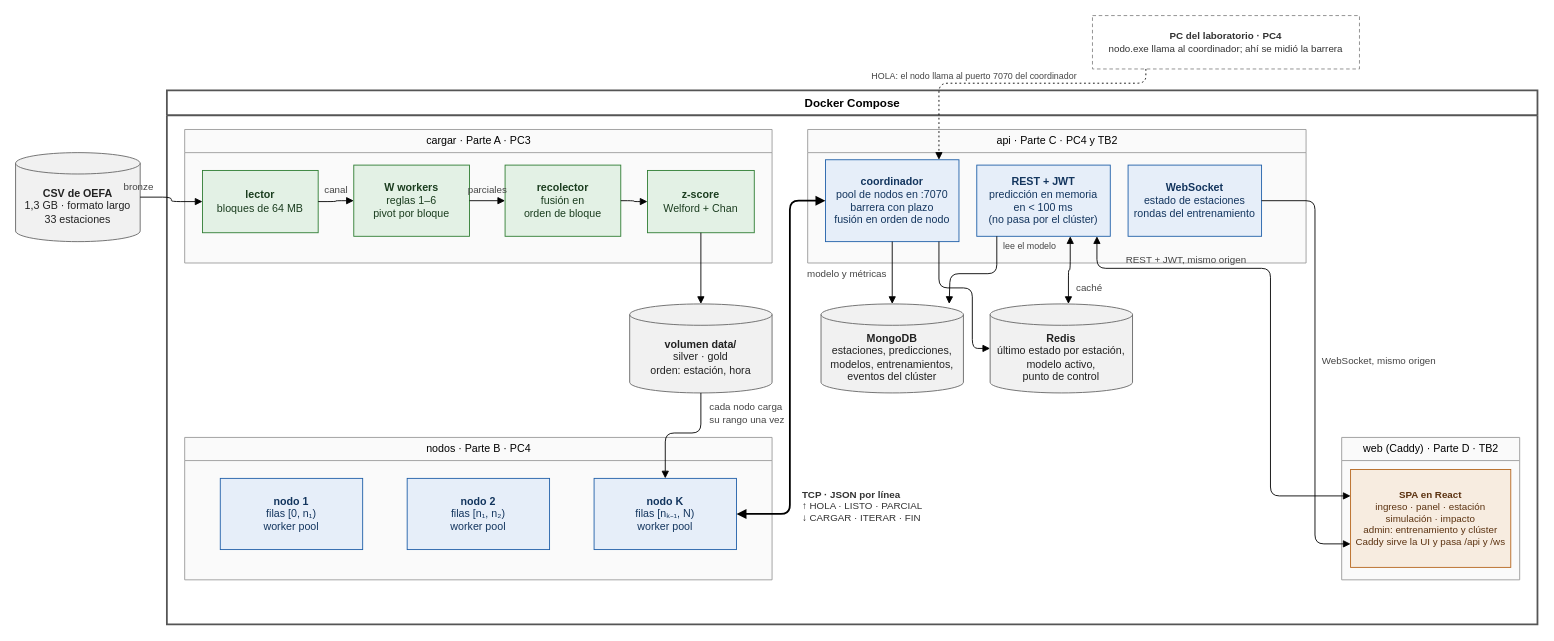
R0SEWT/aire-distribuido keeps this draw.io diagram as docs/diagramas/arquitectura-tb2.drawio. Above is the earlier version. Source tidied: cells renumbered, new cells numbered last; positions are measured from the earlier drawing's top-left corner, leaving out a move shared by most shapes. Both pictures are drawn from the tidied source at 89%, with x=0, y=0 at pixel (15, 15).
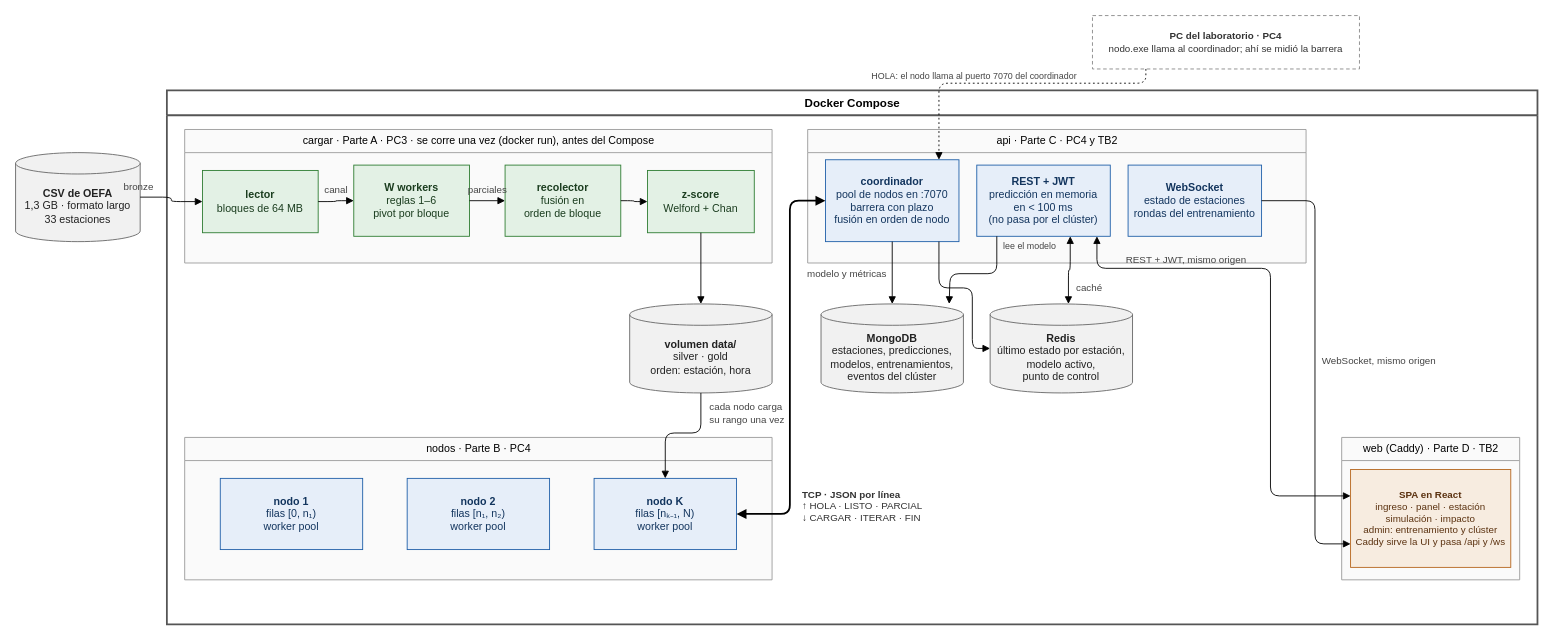
The same page after the edit.

Unchanged cells that the change refers to:
```xml
<mxCell id="6" value="Docker Compose" style="swimlane;html=1;startSize=28;fontStyle=1;fontSize=13;fillColor=#ffffff;strokeColor=#555555;strokeWidth=2;swimlaneFillColor=#ffffff;" parent="1" vertex="1">
  <mxGeometry x="170" y="84" width="1540" height="600" as="geometry" />
</mxCell>
```

Change to the diagram source:
```diff
@@
-    <mxCell id="7" value="cargar · Parte A · PC3" style="swimlane;html=1;startSize=26;fontStyle=0;fontSize=12;fillColor=#fafafa;strokeColor=#9a9a9a;swimlaneFillColor=#fafafa;" parent="6" vertex="1">
+    <mxCell id="7" value="cargar · Parte A · PC3 · se corre una vez (docker run), antes del Compose" style="swimlane;html=1;startSize=26;fontStyle=0;fontSize=12;fillColor=#fafafa;strokeColor=#9a9a9a;swimlaneFillColor=#fafafa;" parent="6" vertex="1">
       <mxGeometry x="20" y="44" width="660" height="150" as="geometry" />
     </mxCell>
```
